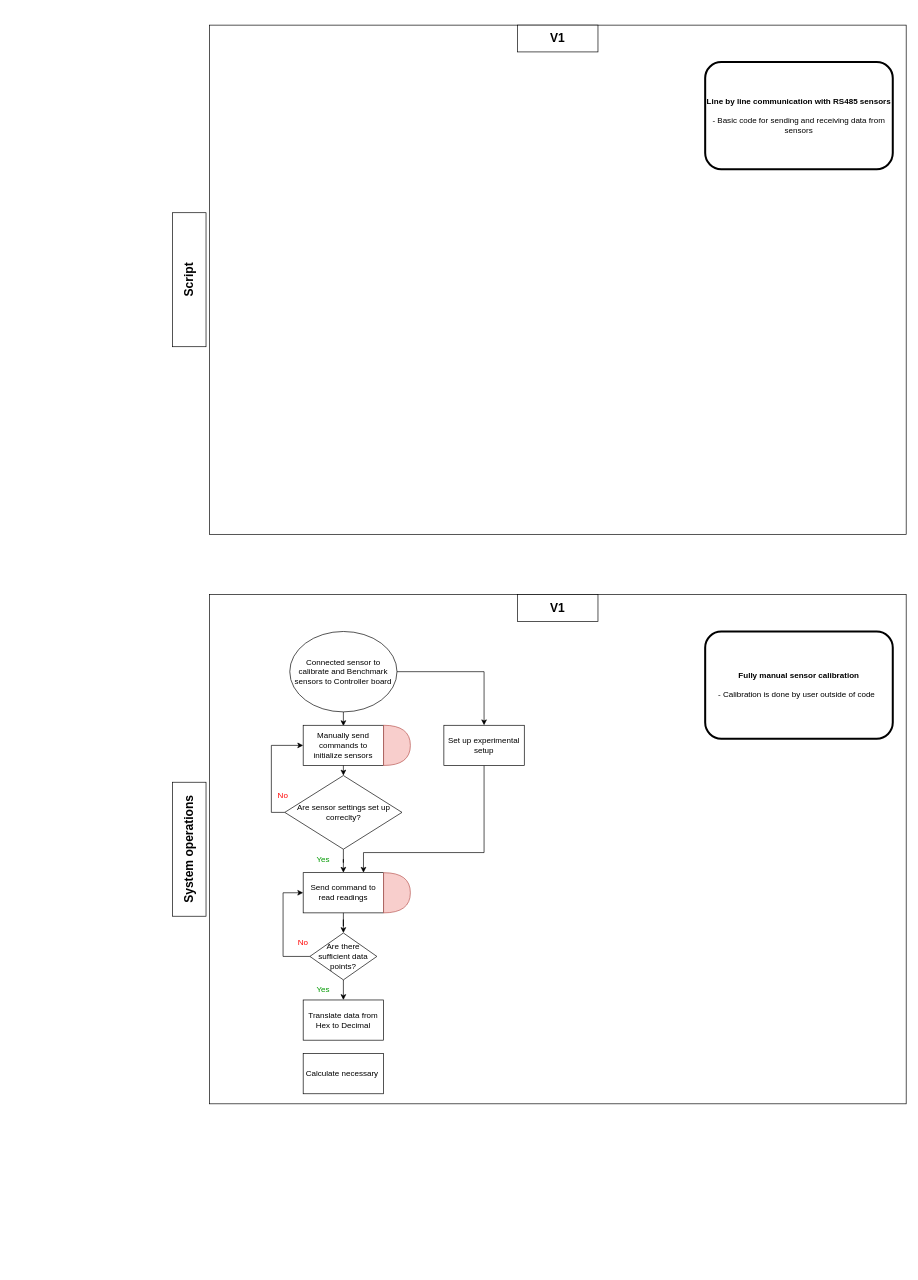
The draw.io diagram page "Sensor Calibration" (8 of 8) of Diagrams/Overall system structure (For internal use).drawio in eg4301/Agritech, before the edit. Source tidied: cells renumbered, new cells numbered last; positions are measured from the earlier drawing's top-left corner, leaving out a move shared by most shapes. Both pictures are drawn from the tidied source at 67%, with x=0, y=0 at pixel (122, 25).
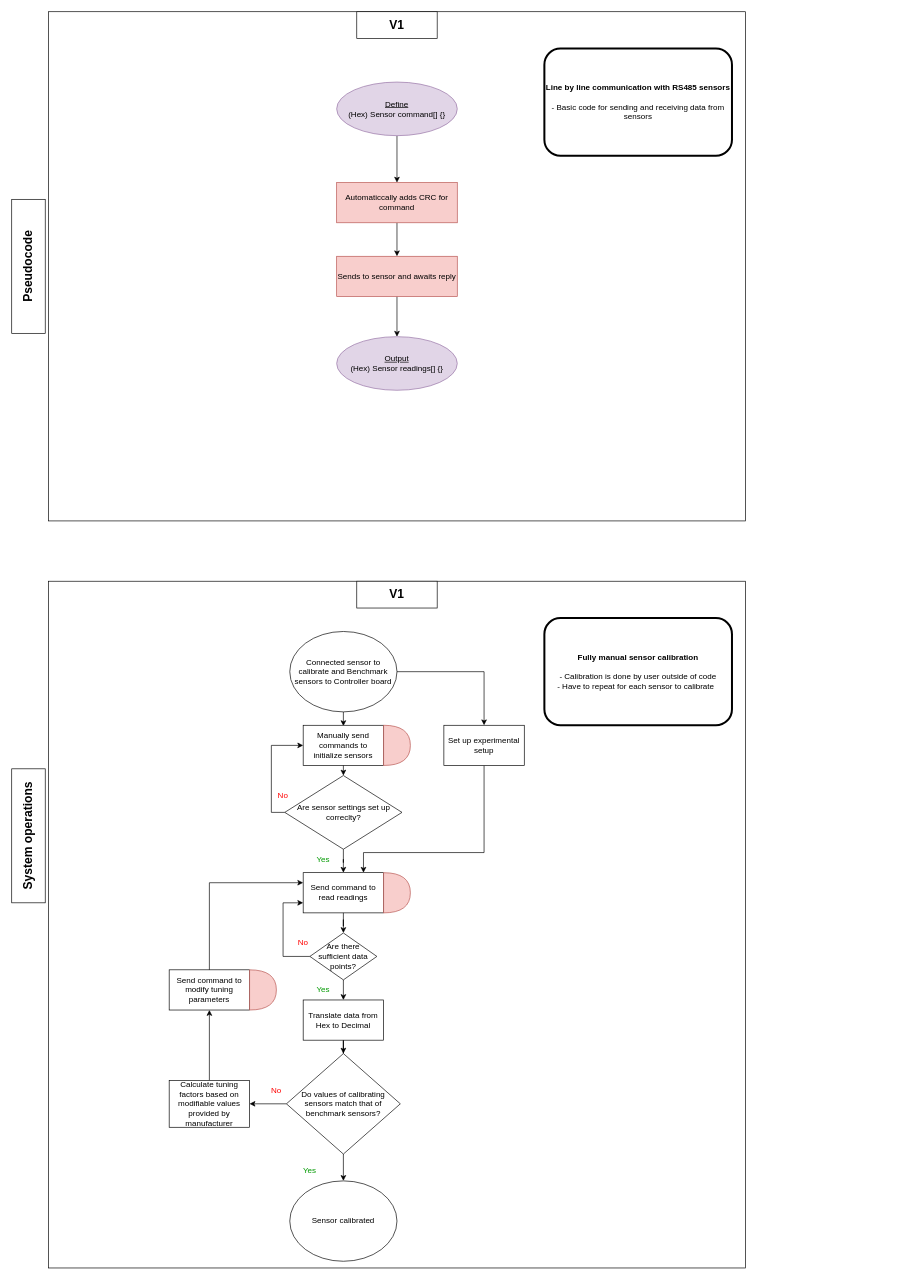
Above is the later version.

The change refers to these unchanged cells:
```xml
<mxCell id="25" value="Send command to read readings" style="rounded=0;whiteSpace=wrap;html=1;" parent="24" vertex="1">
  <mxGeometry width="120" height="60" as="geometry" />
</mxCell>
<mxCell id="28" value="Translate data from Hex to Decimal" style="rounded=0;whiteSpace=wrap;html=1;" parent="1" vertex="1">
  <mxGeometry x="270" y="1455" width="120" height="60" as="geometry" />
</mxCell>
<mxCell id="32" value="Are there sufficient data points?" style="rhombus;whiteSpace=wrap;html=1;" parent="1" vertex="1">
  <mxGeometry x="280" y="1355" width="100" height="70" as="geometry" />
</mxCell>
```

The edit, as a diff of the source:
```diff
@@
     <mxCell id="2" style="rounded=0;whiteSpace=wrap;html=1;" parent="1" vertex="1">
-      <mxGeometry x="130" y="850" width="1040" height="760" as="geometry" />
+      <mxGeometry x="-110" y="830" width="1040" height="1025" as="geometry" />
     </mxCell>
     <mxCell id="3" value="&lt;b&gt;&lt;font style=&quot;font-size: 18px;&quot;&gt;V1&lt;/font&gt;&lt;/b&gt;" style="rounded=0;whiteSpace=wrap;html=1;" parent="1" vertex="1">
-      <mxGeometry x="590" y="850" width="120" height="40" as="geometry" />
+      <mxGeometry x="350" y="830" width="120" height="40" as="geometry" />
     </mxCell>
-    <mxCell id="4" value="&lt;b&gt;Fully manual sensor calibration&lt;/b&gt;&lt;br&gt;&lt;br&gt;- Calibration is done by user outside of code&amp;nbsp;&amp;nbsp;" style="rounded=1;whiteSpace=wrap;html=1;strokeWidth=3;" parent="1" vertex="1">
-      <mxGeometry x="870" y="905" width="280" height="160" as="geometry" />
+    <mxCell id="4" value="&lt;b&gt;Fully manual sensor calibration&lt;/b&gt;&lt;br&gt;&lt;br&gt;- Calibration is done by user outside of code&lt;br&gt;- Have to repeat for each sensor to calibrate&amp;nbsp;&amp;nbsp;" style="rounded=1;whiteSpace=wrap;html=1;strokeWidth=3;" parent="1" vertex="1">
+      <mxGeometry x="630" y="885" width="280" height="160" as="geometry" />
     </mxCell>
     <mxCell id="5" value="&lt;b&gt;&lt;font style=&quot;font-size: 18px;&quot;&gt;System operations&lt;br&gt;&lt;/font&gt;&lt;/b&gt;" style="rounded=0;whiteSpace=wrap;html=1;rotation=-90;" parent="1" vertex="1">
-      <mxGeometry y="1205" width="200" height="50" as="geometry" />
+      <mxGeometry x="-240" y="1185" width="200" height="50" as="geometry" />
     </mxCell>
     <mxCell id="6" style="rounded=0;whiteSpace=wrap;html=1;" parent="1" vertex="1">
-      <mxGeometry x="130" width="1040" height="760" as="geometry" />
+      <mxGeometry x="-110" y="-20" width="1040" height="760" as="geometry" />
     </mxCell>
     <mxCell id="7" value="&lt;b&gt;&lt;font style=&quot;font-size: 18px;&quot;&gt;V1&lt;/font&gt;&lt;/b&gt;" style="rounded=0;whiteSpace=wrap;html=1;" parent="1" vertex="1">
-      <mxGeometry x="590" width="120" height="40" as="geometry" />
+      <mxGeometry x="350" y="-20" width="120" height="40" as="geometry" />
     </mxCell>
     <mxCell id="8" value="&lt;b&gt;Line by line communication with RS485 sensors&lt;/b&gt;&lt;br&gt;&lt;br&gt;- Basic code for sending and receiving data from sensors" style="rounded=1;whiteSpace=wrap;html=1;strokeWidth=3;" parent="1" vertex="1">
-      <mxGeometry x="870" y="55" width="280" height="160" as="geometry" />
+      <mxGeometry x="630" y="35" width="280" height="160" as="geometry" />
     </mxCell>
-    <mxCell id="9" value="&lt;b&gt;&lt;font style=&quot;font-size: 18px;&quot;&gt;Script&lt;br&gt;&lt;/font&gt;&lt;/b&gt;" style="rounded=0;whiteSpace=wrap;html=1;rotation=-90;" parent="1" vertex="1">
-      <mxGeometry y="355" width="200" height="50" as="geometry" />
+    <mxCell id="9" value="&lt;b&gt;&lt;font style=&quot;font-size: 18px;&quot;&gt;Pseudocode&lt;br&gt;&lt;/font&gt;&lt;/b&gt;" style="rounded=0;whiteSpace=wrap;html=1;rotation=-90;" parent="1" vertex="1">
+      <mxGeometry x="-240" y="335" width="200" height="50" as="geometry" />
     </mxCell>
@@
+    <mxCell id="35" style="edgeStyle=orthogonalEdgeStyle;rounded=0;jettySize=auto;html=1;entryX=0.5;entryY=0;entryDx=0;entryDy=0;" parent="1" edge="1" source="28" target="42">
+      <mxGeometry relative="1" as="geometry" />
+    </mxCell>
@@
+    <mxCell id="36" style="edgeStyle=orthogonalEdgeStyle;rounded=0;jettySize=auto;html=1;entryX=0.5;entryY=1;entryDx=0;entryDy=0;" parent="1" edge="1" source="30" target="38">
+      <mxGeometry relative="1" as="geometry" />
+    </mxCell>
-    <mxCell id="30" value="Calculate necessary&amp;nbsp;" style="rounded=0;whiteSpace=wrap;html=1;" parent="1" vertex="1">
-      <mxGeometry x="270" y="1535" width="120" height="60" as="geometry" />
+    <mxCell id="30" value="Calculate tuning factors based on modifiable values provided by manufacturer" style="rounded=0;whiteSpace=wrap;html=1;" parent="1" vertex="1">
+      <mxGeometry x="70" y="1575" width="120" height="70" as="geometry" />
     </mxCell>
-    <mxCell id="31" style="edgeStyle=orthogonalEdgeStyle;rounded=0;jettySize=auto;html=1;entryX=0;entryY=0.5;entryDx=0;entryDy=0;exitX=0;exitY=0.5;exitDx=0;exitDy=0;" parent="1" edge="1" source="32" target="25">
+    <mxCell id="31" style="edgeStyle=orthogonalEdgeStyle;rounded=0;jettySize=auto;html=1;entryX=0;entryY=0.75;entryDx=0;entryDy=0;exitX=0;exitY=0.5;exitDx=0;exitDy=0;" parent="1" edge="1" source="32" target="25">
       <mxGeometry relative="1" as="geometry">
         <Array as="points">
           <mxPoint x="240" y="1390" />
-          <mxPoint x="240" y="1295" />
+          <mxPoint x="240" y="1310" />
         </Array>
       </mxGeometry>
     </mxCell>
@@
+    <mxCell id="37" style="group;" parent="1" vertex="1">
+      <mxGeometry x="70" y="1410" width="160" height="60" as="geometry" />
+    </mxCell>
+    <mxCell id="38" value="Send command to modify tuning parameters" style="rounded=0;whiteSpace=wrap;html=1;" parent="37" vertex="1">
+      <mxGeometry width="120" height="60" as="geometry" />
+    </mxCell>
+    <mxCell id="39" style="shape=or;whiteSpace=wrap;html=1;fillColor=#f8cecc;strokeColor=#b85450;" parent="37" vertex="1">
+      <mxGeometry x="120" width="40" height="60" as="geometry" />
+    </mxCell>
+    <mxCell id="40" style="edgeStyle=orthogonalEdgeStyle;rounded=0;jettySize=auto;html=1;entryX=1;entryY=0.5;entryDx=0;entryDy=0;" parent="1" edge="1" source="42" target="30">
+      <mxGeometry relative="1" as="geometry" />
+    </mxCell>
+    <mxCell id="41" style="edgeStyle=orthogonalEdgeStyle;rounded=0;jettySize=auto;html=1;entryX=0.5;entryY=0;entryDx=0;entryDy=0;" parent="1" edge="1" source="42" target="46">
+      <mxGeometry relative="1" as="geometry" />
+    </mxCell>
+    <mxCell id="42" value="Do values of calibrating sensors match that of benchmark sensors?" style="rhombus;whiteSpace=wrap;html=1;" parent="1" vertex="1">
+      <mxGeometry x="245" y="1535" width="170" height="150" as="geometry" />
+    </mxCell>
+    <mxCell id="43" style="edgeStyle=orthogonalEdgeStyle;rounded=0;jettySize=auto;html=1;entryX=0;entryY=0.25;entryDx=0;entryDy=0;exitX=0.5;exitY=0;exitDx=0;exitDy=0;" parent="1" edge="1" source="38" target="25">
+      <mxGeometry relative="1" as="geometry" />
+    </mxCell>
+    <mxCell id="44" value="&lt;font color=&quot;#ff0000&quot;&gt;No&lt;/font&gt;" style="text;html=1;strokeColor=none;fillColor=none;align=center;verticalAlign=middle;whiteSpace=wrap;rounded=0;" parent="1" vertex="1">
+      <mxGeometry x="200" y="1575" width="60" height="30" as="geometry" />
+    </mxCell>
+    <mxCell id="45" value="&lt;font color=&quot;#009900&quot;&gt;Yes&lt;/font&gt;" style="text;html=1;strokeColor=none;fillColor=none;align=center;verticalAlign=middle;whiteSpace=wrap;rounded=0;" parent="1" vertex="1">
+      <mxGeometry x="250" y="1695" width="60" height="30" as="geometry" />
+    </mxCell>
+    <mxCell id="46" value="Sensor calibrated" style="ellipse;whiteSpace=wrap;html=1;" parent="1" vertex="1">
+      <mxGeometry x="250" y="1725" width="160" height="120" as="geometry" />
+    </mxCell>
+    <mxCell id="47" style="edgeStyle=orthogonalEdgeStyle;rounded=0;jettySize=auto;html=1;entryX=0.5;entryY=0;entryDx=0;entryDy=0;" parent="1" edge="1" source="48" target="52">
+      <mxGeometry relative="1" as="geometry" />
+    </mxCell>
+    <mxCell id="48" value="Automaticcally adds CRC for command" style="rounded=0;whiteSpace=wrap;html=1;fillColor=#f8cecc;strokeColor=#b85450;" parent="1" vertex="1">
+      <mxGeometry x="320" y="235" width="180" height="60" as="geometry" />
+    </mxCell>
+    <mxCell id="49" style="edgeStyle=orthogonalEdgeStyle;rounded=0;jettySize=auto;html=1;entryX=0.5;entryY=0;entryDx=0;entryDy=0;" parent="1" edge="1" source="50" target="48">
+      <mxGeometry relative="1" as="geometry" />
+    </mxCell>
+    <mxCell id="50" value="&lt;u style=&quot;border-color: var(--border-color);&quot;&gt;Define&lt;/u&gt;&lt;br style=&quot;border-color: var(--border-color);&quot;&gt;(Hex) Sensor command[] {}" style="ellipse;whiteSpace=wrap;html=1;fillColor=#e1d5e7;strokeColor=#9673a6;" parent="1" vertex="1">
+      <mxGeometry x="320" y="85" width="180" height="80" as="geometry" />
+    </mxCell>
+    <mxCell id="51" style="edgeStyle=orthogonalEdgeStyle;rounded=0;jettySize=auto;html=1;entryX=0.5;entryY=0;entryDx=0;entryDy=0;" parent="1" edge="1" source="52" target="53">
+      <mxGeometry relative="1" as="geometry" />
+    </mxCell>
+    <mxCell id="52" value="Sends to sensor and awaits reply" style="rounded=0;whiteSpace=wrap;html=1;fillColor=#f8cecc;strokeColor=#b85450;" parent="1" vertex="1">
+      <mxGeometry x="320" y="345" width="180" height="60" as="geometry" />
+    </mxCell>
+    <mxCell id="53" value="&lt;u&gt;Output&lt;/u&gt;&lt;br style=&quot;border-color: var(--border-color);&quot;&gt;(Hex) Sensor readings[] {}" style="ellipse;whiteSpace=wrap;html=1;fillColor=#e1d5e7;strokeColor=#9673a6;" parent="1" vertex="1">
+      <mxGeometry x="320" y="465" width="180" height="80" as="geometry" />
+    </mxCell>
```
